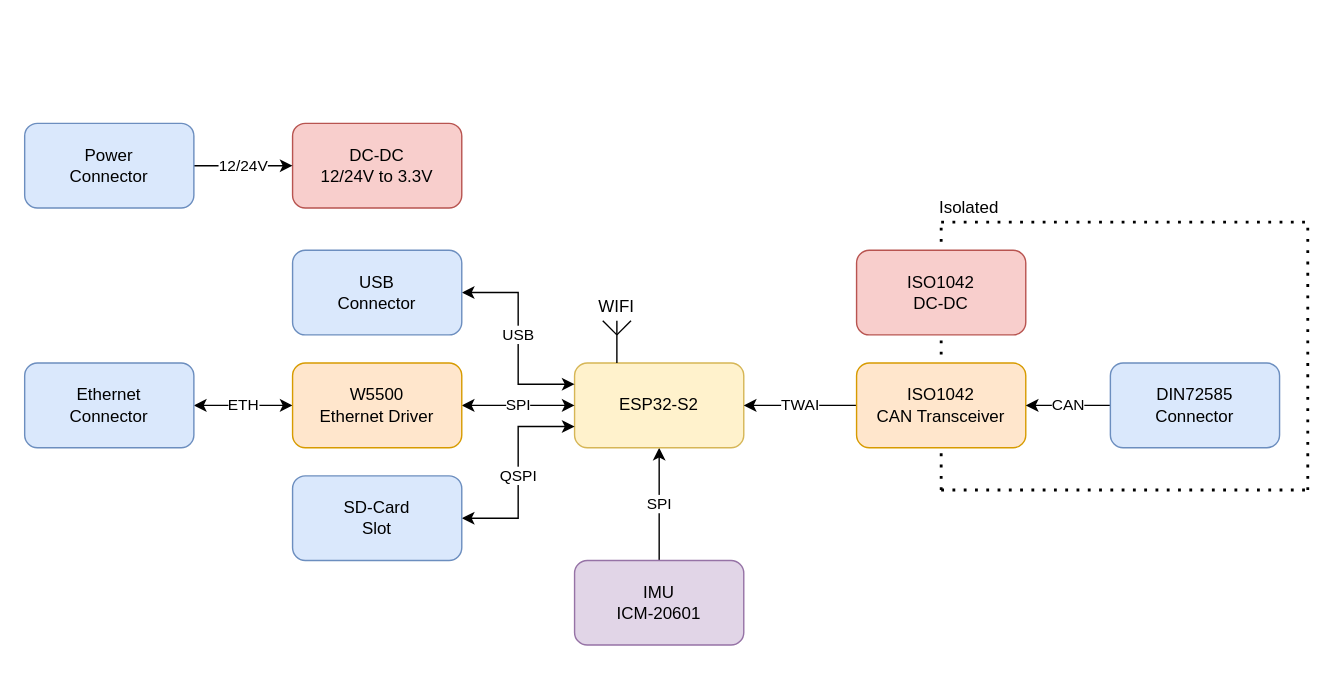
SA-OST-2021/fleet-monitor-docs keeps this draw.io diagram as hardware/fleet_monitor_hardware.drawio. Above is the earlier version. Source tidied: cells renumbered, new cells numbered last; positions are measured from the earlier drawing's top-left corner, leaving out a move shared by most shapes. Both pictures are drawn from the tidied source at 141%, with x=0, y=0 at pixel (24, 123).
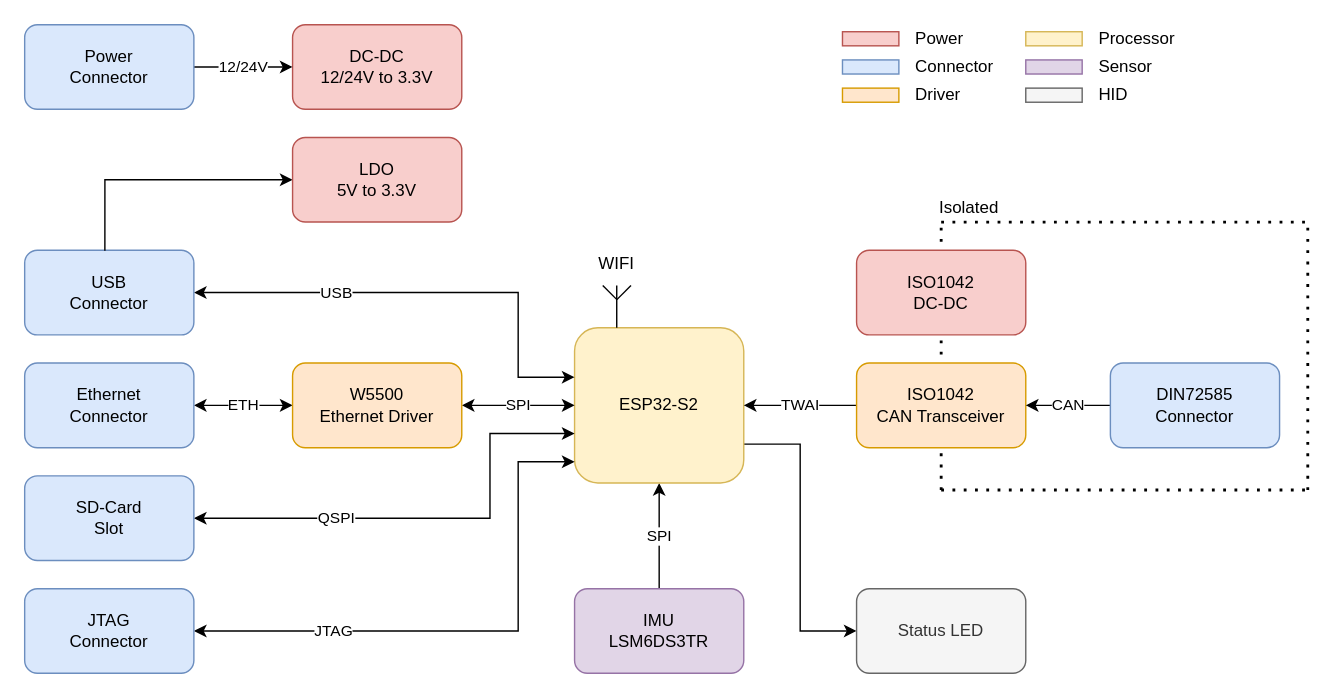
Above is the later version.

Unchanged cells that the change refers to:
```xml
<mxCell id="11" value="W5500&lt;br&gt;Ethernet Driver" style="rounded=1;whiteSpace=wrap;html=1;fillColor=#ffe6cc;strokeColor=#d79b00;" parent="1" vertex="1">
  <mxGeometry x="190" y="170" width="120" height="60" as="geometry" />
</mxCell>
```

What changed in the source:
```diff
@@
+    <mxCell id="30" style="edgeStyle=orthogonalEdgeStyle;rounded=0;jettySize=auto;html=1;exitX=1;exitY=0.75;exitDx=0;exitDy=0;entryX=0;entryY=0.5;entryDx=0;entryDy=0;startArrow=none;startFill=0;endArrow=classic;endFill=1;" parent="1" edge="1" source="4" target="31">
+      <mxGeometry relative="1" as="geometry" />
+    </mxCell>
     <mxCell id="4" value="ESP32-S2" style="rounded=1;whiteSpace=wrap;html=1;fillColor=#fff2cc;strokeColor=#d6b656;" parent="1" vertex="1">
-      <mxGeometry x="390" y="170" width="120" height="60" as="geometry" />
+      <mxGeometry x="390" y="145" width="120" height="110" as="geometry" />
     </mxCell>
@@
-    <mxCell id="7" value="QSPI" style="edgeStyle=orthogonalEdgeStyle;rounded=0;jettySize=auto;html=1;exitX=1;exitY=0.5;exitDx=0;exitDy=0;entryX=0;entryY=0.75;entryDx=0;entryDy=0;startArrow=classic;startFill=1;" parent="1" edge="1" source="8" target="4">
-      <mxGeometry x="-0.03" relative="1" as="geometry">
+    <mxCell id="7" value="QSPI" style="edgeStyle=orthogonalEdgeStyle;rounded=0;jettySize=auto;html=1;exitX=1;exitY=0.5;exitDx=0;exitDy=0;startArrow=classic;startFill=1;endArrow=classic;endFill=1;" parent="1" edge="1" source="8">
+      <mxGeometry x="-0.39" relative="1" as="geometry">
+        <mxPoint x="390" y="220" as="targetPoint" />
         <Array as="points">
-          <mxPoint x="350" y="280" />
-          <mxPoint x="350" y="215" />
+          <mxPoint x="330" y="280" />
+          <mxPoint x="330" y="220" />
         </Array>
       </mxGeometry>
     </mxCell>
     <mxCell id="8" value="SD-Card&lt;br&gt;Slot" style="rounded=1;whiteSpace=wrap;html=1;fillColor=#dae8fc;strokeColor=#6c8ebf;" parent="1" vertex="1">
-      <mxGeometry x="190" y="250" width="120" height="60" as="geometry" />
+      <mxGeometry y="250" width="120" height="60" as="geometry" />
     </mxCell>
-    <mxCell id="9" value="SPI" style="edgeStyle=orthogonalEdgeStyle;rounded=0;jettySize=auto;html=1;exitX=1;exitY=0.5;exitDx=0;exitDy=0;entryX=0;entryY=0.5;entryDx=0;entryDy=0;startArrow=classic;startFill=1;" parent="1" edge="1" source="11" target="4">
-      <mxGeometry relative="1" as="geometry" />
+    <mxCell id="9" value="SPI" style="edgeStyle=orthogonalEdgeStyle;rounded=0;jettySize=auto;html=1;exitX=1;exitY=0.5;exitDx=0;exitDy=0;startArrow=classic;startFill=1;" parent="1" edge="1" source="11">
+      <mxGeometry relative="1" as="geometry">
+        <mxPoint x="390" y="200" as="targetPoint" />
+      </mxGeometry>
     </mxCell>
@@
     <mxCell id="12" value="DC-DC&lt;br&gt;12/24V to 3.3V" style="rounded=1;whiteSpace=wrap;html=1;fillColor=#f8cecc;strokeColor=#b85450;" parent="1" vertex="1">
-      <mxGeometry x="190" width="120" height="60" as="geometry" />
+      <mxGeometry x="190" y="-70" width="120" height="60" as="geometry" />
     </mxCell>
@@
-    <mxCell id="14" value="USB" style="edgeStyle=orthogonalEdgeStyle;rounded=0;jettySize=auto;html=1;exitX=1;exitY=0.5;exitDx=0;exitDy=0;entryX=0;entryY=0.25;entryDx=0;entryDy=0;startArrow=classic;startFill=1;" parent="1" edge="1" source="15" target="4">
-      <mxGeometry x="-0.03" relative="1" as="geometry">
+    <mxCell id="14" value="USB" style="edgeStyle=orthogonalEdgeStyle;rounded=0;jettySize=auto;html=1;exitX=1;exitY=0.5;exitDx=0;exitDy=0;startArrow=classic;startFill=1;" parent="1" edge="1" source="15">
+      <mxGeometry x="-0.39" relative="1" as="geometry">
+        <mxPoint x="390" y="180" as="targetPoint" />
         <Array as="points">
           <mxPoint x="350" y="120" />
-          <mxPoint x="350" y="185" />
+          <mxPoint x="350" y="180" />
         </Array>
       </mxGeometry>
     </mxCell>
     <mxCell id="15" value="USB&lt;br&gt;Connector" style="rounded=1;whiteSpace=wrap;html=1;fillColor=#dae8fc;strokeColor=#6c8ebf;" parent="1" vertex="1">
-      <mxGeometry x="190" y="90" width="120" height="60" as="geometry" />
+      <mxGeometry y="90" width="120" height="60" as="geometry" />
     </mxCell>
-    <mxCell id="16" value="IMU&lt;br&gt;ICM-20601" style="rounded=1;whiteSpace=wrap;html=1;fillColor=#e1d5e7;strokeColor=#9673a6;" parent="1" vertex="1">
-      <mxGeometry x="390" y="310" width="120" height="60" as="geometry" />
+    <mxCell id="16" value="IMU&lt;br&gt;LSM6DS3TR" style="rounded=1;whiteSpace=wrap;html=1;fillColor=#e1d5e7;strokeColor=#9673a6;" parent="1" vertex="1">
+      <mxGeometry x="390" y="330" width="120" height="60" as="geometry" />
     </mxCell>
@@
     <mxCell id="18" style="endArrow=none;html=1;" parent="1" edge="1">
       <mxGeometry relative="1" as="geometry">
-        <mxPoint x="420" y="170" as="sourcePoint" />
-        <mxPoint x="420" y="140" as="targetPoint" />
+        <mxPoint x="419.9" y="145" as="sourcePoint" />
+        <mxPoint x="419.9" y="115" as="targetPoint" />
       </mxGeometry>
     </mxCell>
     <mxCell id="19" style="endArrow=none;html=1;" parent="1" edge="1">
       <mxGeometry relative="1" as="geometry">
-        <mxPoint x="420" y="150" as="sourcePoint" />
-        <mxPoint x="430" y="140" as="targetPoint" />
+        <mxPoint x="420" y="125" as="sourcePoint" />
+        <mxPoint x="430" y="115" as="targetPoint" />
       </mxGeometry>
     </mxCell>
     <mxCell id="20" style="endArrow=none;html=1;" parent="1" edge="1">
       <mxGeometry relative="1" as="geometry">
-        <mxPoint x="420" y="150" as="sourcePoint" />
-        <mxPoint x="410" y="140" as="targetPoint" />
+        <mxPoint x="420" y="125" as="sourcePoint" />
+        <mxPoint x="410" y="115" as="targetPoint" />
       </mxGeometry>
     </mxCell>
     <mxCell id="21" value="WIFI" style="text;html=1;strokeColor=none;fillColor=none;align=center;verticalAlign=middle;whiteSpace=wrap;rounded=0;" parent="1" vertex="1">
-      <mxGeometry x="400" y="120" width="40" height="20" as="geometry" />
+      <mxGeometry x="400" y="90" width="40" height="20" as="geometry" />
     </mxCell>
@@
     <mxCell id="29" value="Power&lt;br&gt;Connector" style="rounded=1;whiteSpace=wrap;html=1;fillColor=#dae8fc;strokeColor=#6c8ebf;" parent="1" vertex="1">
-      <mxGeometry width="120" height="60" as="geometry" />
+      <mxGeometry y="-70" width="120" height="60" as="geometry" />
     </mxCell>
+    <mxCell id="31" value="Status LED" style="rounded=1;whiteSpace=wrap;html=1;fillColor=#f5f5f5;strokeColor=#666666;fontColor=#333333;" parent="1" vertex="1">
+      <mxGeometry x="590" y="330" width="120" height="60" as="geometry" />
+    </mxCell>
+    <mxCell id="32" value="JTAG" style="edgeStyle=orthogonalEdgeStyle;rounded=0;jettySize=auto;html=1;exitX=1;exitY=0.5;exitDx=0;exitDy=0;startArrow=classic;startFill=1;endArrow=classic;endFill=1;" parent="1" edge="1" source="33">
+      <mxGeometry x="-0.49" relative="1" as="geometry">
+        <mxPoint x="390" y="240" as="targetPoint" />
+        <Array as="points">
+          <mxPoint x="350" y="360" />
+          <mxPoint x="350" y="240" />
+        </Array>
+      </mxGeometry>
+    </mxCell>
+    <mxCell id="33" value="JTAG&lt;br&gt;Connector" style="rounded=1;whiteSpace=wrap;html=1;fillColor=#dae8fc;strokeColor=#6c8ebf;" parent="1" vertex="1">
+      <mxGeometry y="330" width="120" height="60" as="geometry" />
+    </mxCell>
+    <mxCell id="34" style="edgeStyle=orthogonalEdgeStyle;rounded=0;jettySize=auto;html=1;exitX=0;exitY=0.5;exitDx=0;exitDy=0;entryX=0.474;entryY=0.007;entryDx=0;entryDy=0;entryPerimeter=0;startArrow=classic;startFill=1;endArrow=none;endFill=0;" parent="1" edge="1" source="35" target="15">
+      <mxGeometry relative="1" as="geometry" />
+    </mxCell>
+    <mxCell id="35" value="LDO&lt;br&gt;5V to 3.3V" style="rounded=1;whiteSpace=wrap;html=1;fillColor=#f8cecc;strokeColor=#b85450;" parent="1" vertex="1">
+      <mxGeometry x="190" y="10" width="120" height="60" as="geometry" />
+    </mxCell>
+    <mxCell id="36" style="rounded=0;whiteSpace=wrap;html=1;fillColor=#dae8fc;strokeColor=#6c8ebf;" parent="1" vertex="1">
+      <mxGeometry x="580" y="-45" width="40" height="10" as="geometry" />
+    </mxCell>
+    <mxCell id="37" style="rounded=0;whiteSpace=wrap;html=1;fillColor=#f8cecc;strokeColor=#b85450;" parent="1" vertex="1">
+      <mxGeometry x="580" y="-65" width="40" height="10" as="geometry" />
+    </mxCell>
+    <mxCell id="38" style="rounded=0;whiteSpace=wrap;html=1;fillColor=#ffe6cc;strokeColor=#d79b00;" parent="1" vertex="1">
+      <mxGeometry x="580" y="-25" width="40" height="10" as="geometry" />
+    </mxCell>
+    <mxCell id="39" style="rounded=0;whiteSpace=wrap;html=1;fillColor=#fff2cc;strokeColor=#d6b656;" parent="1" vertex="1">
+      <mxGeometry x="710" y="-65" width="40" height="10" as="geometry" />
+    </mxCell>
+    <mxCell id="40" value="Power" style="text;html=1;strokeColor=none;fillColor=none;align=left;verticalAlign=middle;whiteSpace=wrap;rounded=0;" parent="1" vertex="1">
+      <mxGeometry x="630" y="-70" width="40" height="20" as="geometry" />
+    </mxCell>
+    <mxCell id="41" value="Connector" style="text;html=1;strokeColor=none;fillColor=none;align=left;verticalAlign=middle;whiteSpace=wrap;rounded=0;" parent="1" vertex="1">
+      <mxGeometry x="630" y="-55" width="60" height="30" as="geometry" />
+    </mxCell>
+    <mxCell id="42" value="Driver" style="text;html=1;strokeColor=none;fillColor=none;align=left;verticalAlign=middle;whiteSpace=wrap;rounded=0;" parent="1" vertex="1">
+      <mxGeometry x="630" y="-30" width="40" height="20" as="geometry" />
+    </mxCell>
+    <mxCell id="43" style="rounded=0;whiteSpace=wrap;html=1;fillColor=#e1d5e7;strokeColor=#9673a6;" parent="1" vertex="1">
+      <mxGeometry x="710" y="-45" width="40" height="10" as="geometry" />
+    </mxCell>
+    <mxCell id="44" style="rounded=0;whiteSpace=wrap;html=1;fillColor=#f5f5f5;strokeColor=#666666;fontColor=#333333;" parent="1" vertex="1">
+      <mxGeometry x="710" y="-25" width="40" height="10" as="geometry" />
+    </mxCell>
+    <mxCell id="45" value="Processor" style="text;html=1;strokeColor=none;fillColor=none;align=left;verticalAlign=middle;whiteSpace=wrap;rounded=0;" parent="1" vertex="1">
+      <mxGeometry x="760" y="-70" width="60" height="20" as="geometry" />
+    </mxCell>
+    <mxCell id="46" value="Sensor" style="text;html=1;strokeColor=none;fillColor=none;align=left;verticalAlign=middle;whiteSpace=wrap;rounded=0;" parent="1" vertex="1">
+      <mxGeometry x="760" y="-50" width="40" height="20" as="geometry" />
+    </mxCell>
+    <mxCell id="47" value="HID" style="text;html=1;strokeColor=none;fillColor=none;align=left;verticalAlign=middle;whiteSpace=wrap;rounded=0;" parent="1" vertex="1">
+      <mxGeometry x="760" y="-30" width="40" height="20" as="geometry" />
+    </mxCell>
```
